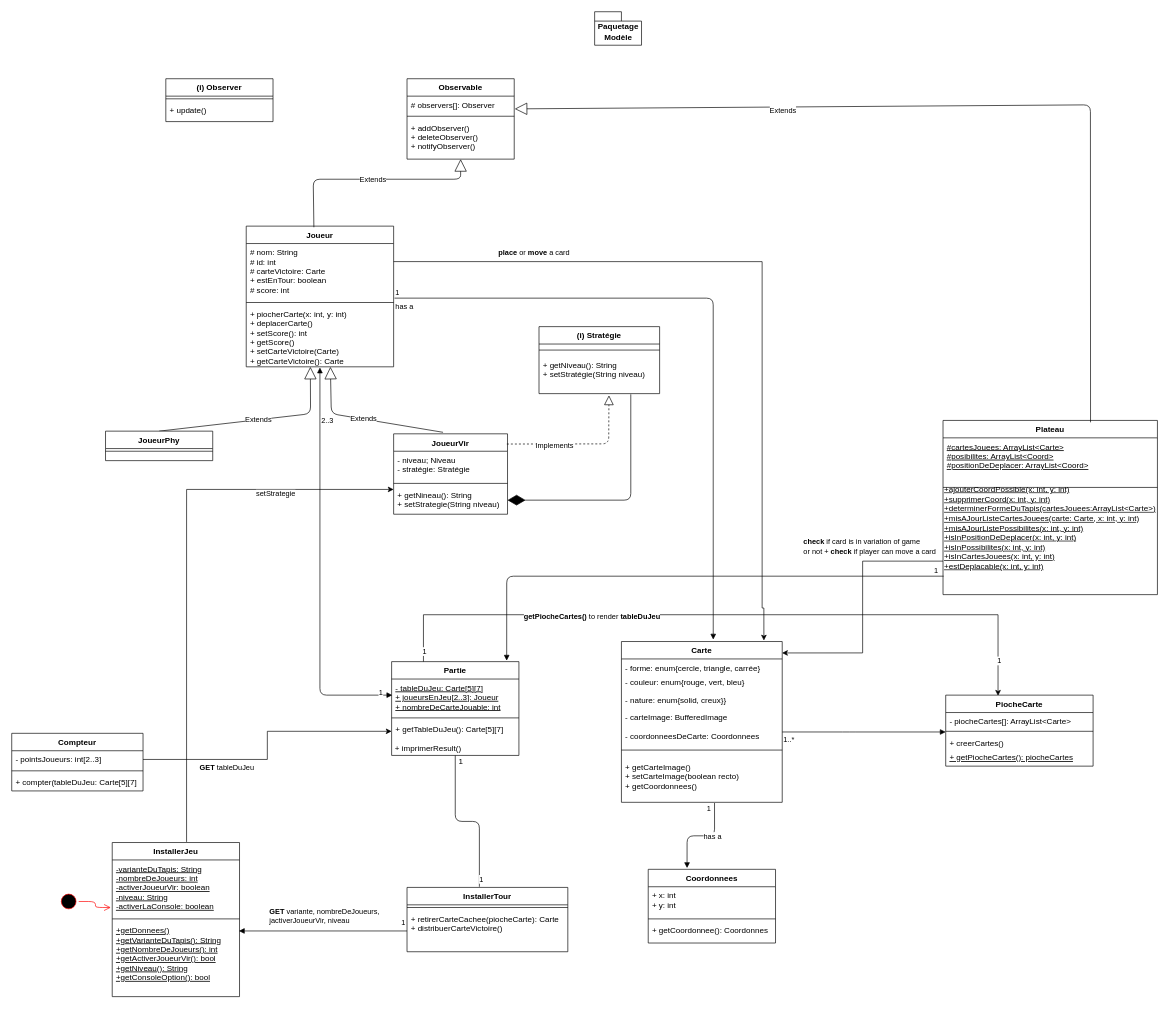
Above: classe_paquetageModèle.drawio in codingTheWorld777/Diagrams-Project_SHAPE_UP (draw.io), before the change. Source tidied: cells renumbered, new cells numbered last; positions are measured from the earlier drawing's top-left corner, leaving out a move shared by most shapes. Both pictures are drawn from the tidied source at 67%, with x=0, y=0 at pixel (11, 11).
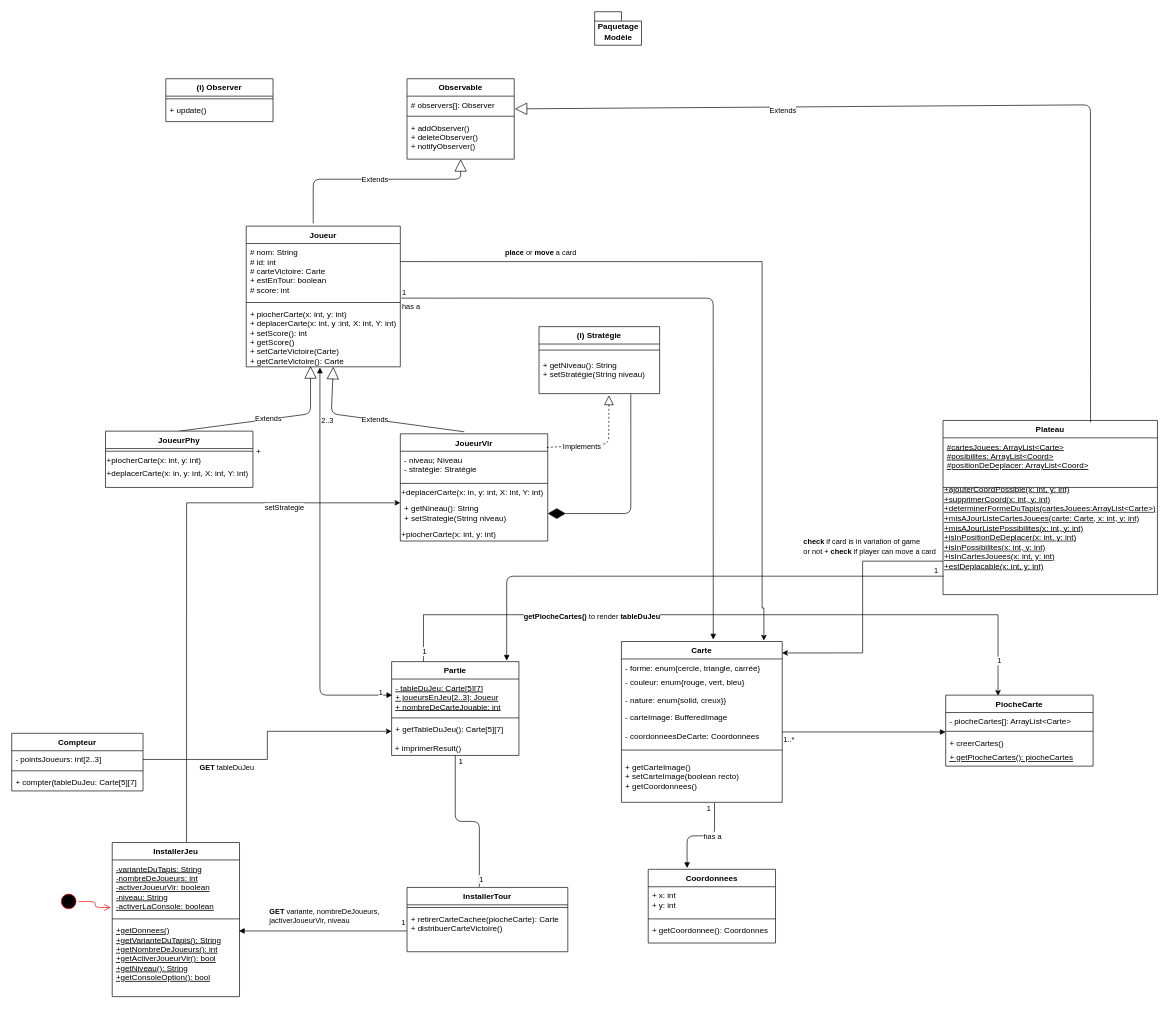
Above is the later version.

Unchanged cells that the change refers to:
```xml
<mxCell id="12" value="Observable" style="swimlane;fontStyle=1;align=center;verticalAlign=top;horizontal=1;startSize=26;" parent="1" vertex="1">
  <mxGeometry x="590" y="100" width="160" height="120" as="geometry" />
</mxCell>
```

Diff of the diagram source:
```diff
@@
-    <mxCell id="5" value="Extends" style="endArrow=block;endSize=16;endFill=0;html=1;fontColor=#000000;exitX=0.5;exitY=0;exitDx=0;exitDy=0;entryX=0.435;entryY=1;entryDx=0;entryDy=0;entryPerimeter=0;" parent="1" edge="1" source="27" target="10">
+    <mxCell id="5" value="Extends" style="endArrow=block;endSize=16;endFill=0;html=1;fontColor=#000000;exitX=0.5;exitY=0;exitDx=0;exitDy=0;" parent="1" edge="1" source="27">
       <mxGeometry relative="1" as="geometry">
+        <mxPoint x="446" y="529" as="targetPoint" />
         <Array as="points">
           <mxPoint x="446" y="600" />
         </Array>
       </mxGeometry>
     </mxCell>
-    <mxCell id="6" value="Extends" style="endArrow=block;endSize=16;endFill=0;html=1;fontColor=#000000;exitX=0.434;exitY=-0.019;exitDx=0;exitDy=0;exitPerimeter=0;entryX=0.571;entryY=1;entryDx=0;entryDy=0;entryPerimeter=0;" parent="1" edge="1" source="23" target="10">
+    <mxCell id="6" value="Extends" style="endArrow=block;endSize=16;endFill=0;html=1;fontColor=#000000;exitX=0.434;exitY=-0.019;exitDx=0;exitDy=0;exitPerimeter=0;entryX=0.565;entryY=1;entryDx=0;entryDy=0;entryPerimeter=0;" parent="1" edge="1" source="23" target="10">
       <mxGeometry relative="1" as="geometry">
         <Array as="points">
           <mxPoint x="477" y="600" />
         </Array>
       </mxGeometry>
     </mxCell>
     <mxCell id="7" value="Joueur" style="swimlane;fontStyle=1;align=center;verticalAlign=top;horizontal=1;startSize=26;" parent="1" vertex="1">
-      <mxGeometry x="350" y="320" width="220" height="210" as="geometry" />
+      <mxGeometry x="350" y="320" width="230" height="210" as="geometry" />
     </mxCell>
     <mxCell id="8" value="# nom: String&#10;# id: int&#10;# carteVictoire: Carte&#10;+ estEnTour: boolean&#10;# score: int" style="text;strokeColor=none;fillColor=none;align=left;verticalAlign=top;spacingLeft=4;spacingRight=4;overflow=hidden;points=[[0,0.5],[1,0.5]];portConstraint=eastwest;" parent="7" vertex="1">
-      <mxGeometry y="26" width="220" height="84" as="geometry" />
+      <mxGeometry y="26" width="230" height="84" as="geometry" />
     </mxCell>
     <mxCell id="9" style="line;strokeWidth=1;fillColor=none;align=left;verticalAlign=middle;spacingTop=-1;spacingLeft=3;spacingRight=3;labelPosition=right;" parent="7" vertex="1">
-      <mxGeometry y="110" width="220" height="8" as="geometry" />
+      <mxGeometry y="110" width="230" height="8" as="geometry" />
     </mxCell>
-    <mxCell id="10" value="+ piocherCarte(x: int, y: int)&#10;+ deplacerCarte()&#10;+ setScore(): int&#10;+ getScore()&#10;+ setCarteVictoire(Carte)&#10;+ getCarteVictoire(): Carte" style="text;strokeColor=none;fillColor=none;align=left;verticalAlign=top;spacingLeft=4;spacingRight=4;overflow=hidden;points=[[0,0.5],[1,0.5]];portConstraint=eastwest;" parent="7" vertex="1">
-      <mxGeometry y="118" width="220" height="92" as="geometry" />
+    <mxCell id="10" value="+ piocherCarte(x: int, y: int)&#10;+ deplacerCarte(x: int, y :int, X: int, Y: int)&#10;+ setScore(): int&#10;+ getScore()&#10;+ setCarteVictoire(Carte)&#10;+ getCarteVictoire(): Carte" style="text;strokeColor=none;fillColor=none;align=left;verticalAlign=top;spacingLeft=4;spacingRight=4;overflow=hidden;points=[[0,0.5],[1,0.5]];portConstraint=eastwest;" parent="7" vertex="1">
+      <mxGeometry y="118" width="230" height="92" as="geometry" />
     </mxCell>
@@
     <mxCell id="23" value="JoueurVir" style="swimlane;fontStyle=1;align=center;verticalAlign=top;horizontal=1;startSize=26;" parent="1" vertex="1">
-      <mxGeometry x="570" y="630" width="170" height="120" as="geometry" />
+      <mxGeometry x="580" y="630" width="220" height="160" as="geometry" />
     </mxCell>
     <mxCell id="24" value="- niveau; Niveau&#10;- stratégie: Stratégie " style="text;strokeColor=none;fillColor=none;align=left;verticalAlign=top;spacingLeft=4;spacingRight=4;overflow=hidden;" parent="23" vertex="1">
-      <mxGeometry y="26" width="170" height="44" as="geometry" />
+      <mxGeometry y="26" width="220" height="44" as="geometry" />
     </mxCell>
     <mxCell id="25" style="line;strokeWidth=1;fillColor=none;align=left;verticalAlign=middle;spacingTop=-1;spacingLeft=3;spacingRight=3;labelPosition=right;" parent="23" vertex="1">
-      <mxGeometry y="70" width="170" height="8" as="geometry" />
+      <mxGeometry y="70" width="220" height="8" as="geometry" />
     </mxCell>
+    <mxCell id="97" value="&lt;div align=&quot;left&quot;&gt;+deplacerCarte(x: in, y: int, X: int, Y: int)&lt;/div&gt;" style="text;html=1;strokeColor=none;fillColor=none;align=left;verticalAlign=middle;whiteSpace=wrap;rounded=0;" parent="23" vertex="1">
+      <mxGeometry y="78" width="220" height="20" as="geometry" />
+    </mxCell>
     <mxCell id="26" value="+ getNineau(): String&#10;+ setStrategie(String niveau)" style="text;strokeColor=none;fillColor=none;align=left;verticalAlign=top;spacingLeft=4;spacingRight=4;overflow=hidden;points=[[0,0.5],[1,0.5]];portConstraint=eastwest;" parent="23" vertex="1">
-      <mxGeometry y="78" width="170" height="42" as="geometry" />
+      <mxGeometry y="98" width="220" height="42" as="geometry" />
     </mxCell>
+    <mxCell id="98" value="&lt;div align=&quot;left&quot;&gt;+piocherCarte(x: int, y: int)&lt;/div&gt;" style="text;html=1;align=left;verticalAlign=middle;" parent="23" vertex="1">
+      <mxGeometry y="140" width="220" height="20" as="geometry" />
+    </mxCell>
     <mxCell id="27" value="JoueurPhy" style="swimlane;fontStyle=1;align=center;verticalAlign=top;horizontal=1;startSize=26;rounded=0;shadow=0;strokeWidth=1;" parent="1" vertex="1">
-      <mxGeometry x="140" y="626" width="160" height="44" as="geometry" />
+      <mxGeometry x="140" y="626" width="220" height="84" as="geometry" />
     </mxCell>
-    <mxCell id="28" style="line;html=1;strokeWidth=1;align=left;verticalAlign=middle;spacingTop=-1;spacingLeft=3;spacingRight=3;labelPosition=right;" parent="27" vertex="1">
-      <mxGeometry y="26" width="160" height="8" as="geometry" />
+    <mxCell id="28" value="+" style="line;html=1;strokeWidth=1;align=left;verticalAlign=middle;spacingTop=-1;spacingLeft=3;spacingRight=3;labelPosition=right;" parent="27" vertex="1">
+      <mxGeometry y="26" width="220" height="8" as="geometry" />
     </mxCell>
+    <mxCell id="99" value="&lt;div align=&quot;left&quot;&gt;+piocherCarte(x: int, y: int)&lt;/div&gt;" style="text;html=1;align=left;verticalAlign=middle;" parent="27" vertex="1">
+      <mxGeometry y="34" width="220" height="20" as="geometry" />
+    </mxCell>
+    <mxCell id="100" value="&lt;div align=&quot;left&quot;&gt;+deplacerCarte(x: in, y: int, X: int, Y: int)&lt;/div&gt;" style="text;html=1;strokeColor=none;fillColor=none;align=left;verticalAlign=middle;whiteSpace=wrap;rounded=0;" parent="27" vertex="1">
+      <mxGeometry y="54" width="220" height="20" as="geometry" />
+    </mxCell>
@@
-    <mxCell id="56" value="Extends" style="endArrow=block;endSize=16;endFill=0;html=1;fontColor=#000000;exitX=0.459;exitY=0.008;exitDx=0;exitDy=0;exitPerimeter=0;entryX=0.5;entryY=1;entryDx=0;entryDy=0;" parent="1" edge="1" source="7" target="12">
+    <mxCell id="56" value="Extends" style="endArrow=block;endSize=16;endFill=0;html=1;fontColor=#000000;entryX=0.5;entryY=1;entryDx=0;entryDy=0;" parent="1" edge="1" target="12">
       <mxGeometry relative="1" as="geometry">
+        <mxPoint x="450" y="316" as="sourcePoint" />
         <Array as="points">
           <mxPoint x="450" y="250" />
           <mxPoint x="670" y="250" />
         </Array>
       </mxGeometry>
     </mxCell>
```
